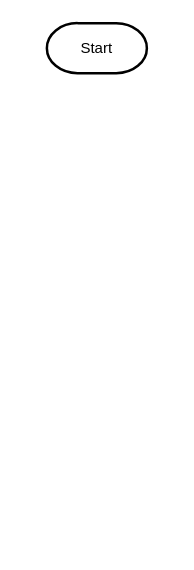
Earlier version of the draw.io diagram score_avg.drawio (Jebbxrs/c_proj). Source tidied: cells renumbered, new cells numbered last; positions are measured from the earlier drawing's top-left corner, leaving out a move shared by most shapes. Both pictures are drawn from the tidied source at 125%, with x=0, y=0 at pixel (46, 22).
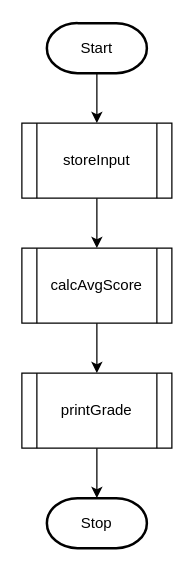
The same page after the edit.

Diff of the diagram source:
```diff
@@
 <mxGraphModel>
   <root>
     <mxCell id="0" />
     <mxCell id="1" parent="0" />
+    <mxCell id="3" style="edgeStyle=orthogonalEdgeStyle;rounded=0;jettySize=auto;html=1;" parent="1" edge="1" source="2" target="5">
+      <mxGeometry relative="1" as="geometry" />
+    </mxCell>
     <mxCell id="2" value="Start" style="strokeWidth=2;html=1;shape=mxgraph.flowchart.terminator;whiteSpace=wrap;" parent="1" vertex="1">
       <mxGeometry width="80" height="40" as="geometry" />
     </mxCell>
+    <mxCell id="4" style="edgeStyle=orthogonalEdgeStyle;rounded=0;jettySize=auto;html=1;" parent="1" edge="1" source="5" target="7">
+      <mxGeometry relative="1" as="geometry" />
+    </mxCell>
+    <mxCell id="5" value="storeInput" style="shape=process;whiteSpace=wrap;html=1;backgroundOutline=1;" parent="1" vertex="1">
+      <mxGeometry x="-20" y="80" width="120" height="60" as="geometry" />
+    </mxCell>
+    <mxCell id="6" style="edgeStyle=orthogonalEdgeStyle;rounded=0;jettySize=auto;html=1;" parent="1" edge="1" source="7" target="9">
+      <mxGeometry relative="1" as="geometry" />
+    </mxCell>
+    <mxCell id="7" value="calcAvgScore" style="shape=process;whiteSpace=wrap;html=1;backgroundOutline=1;" parent="1" vertex="1">
+      <mxGeometry x="-20" y="180" width="120" height="60" as="geometry" />
+    </mxCell>
+    <mxCell id="8" style="edgeStyle=orthogonalEdgeStyle;rounded=0;jettySize=auto;html=1;" parent="1" edge="1" source="9" target="10">
+      <mxGeometry relative="1" as="geometry" />
+    </mxCell>
+    <mxCell id="9" value="printGrade" style="shape=process;whiteSpace=wrap;html=1;backgroundOutline=1;" parent="1" vertex="1">
+      <mxGeometry x="-20" y="280" width="120" height="60" as="geometry" />
+    </mxCell>
+    <mxCell id="10" value="Stop" style="strokeWidth=2;html=1;shape=mxgraph.flowchart.terminator;whiteSpace=wrap;" parent="1" vertex="1">
+      <mxGeometry y="380" width="80" height="40" as="geometry" />
+    </mxCell>
   </root>
 </mxGraphModel>
```
